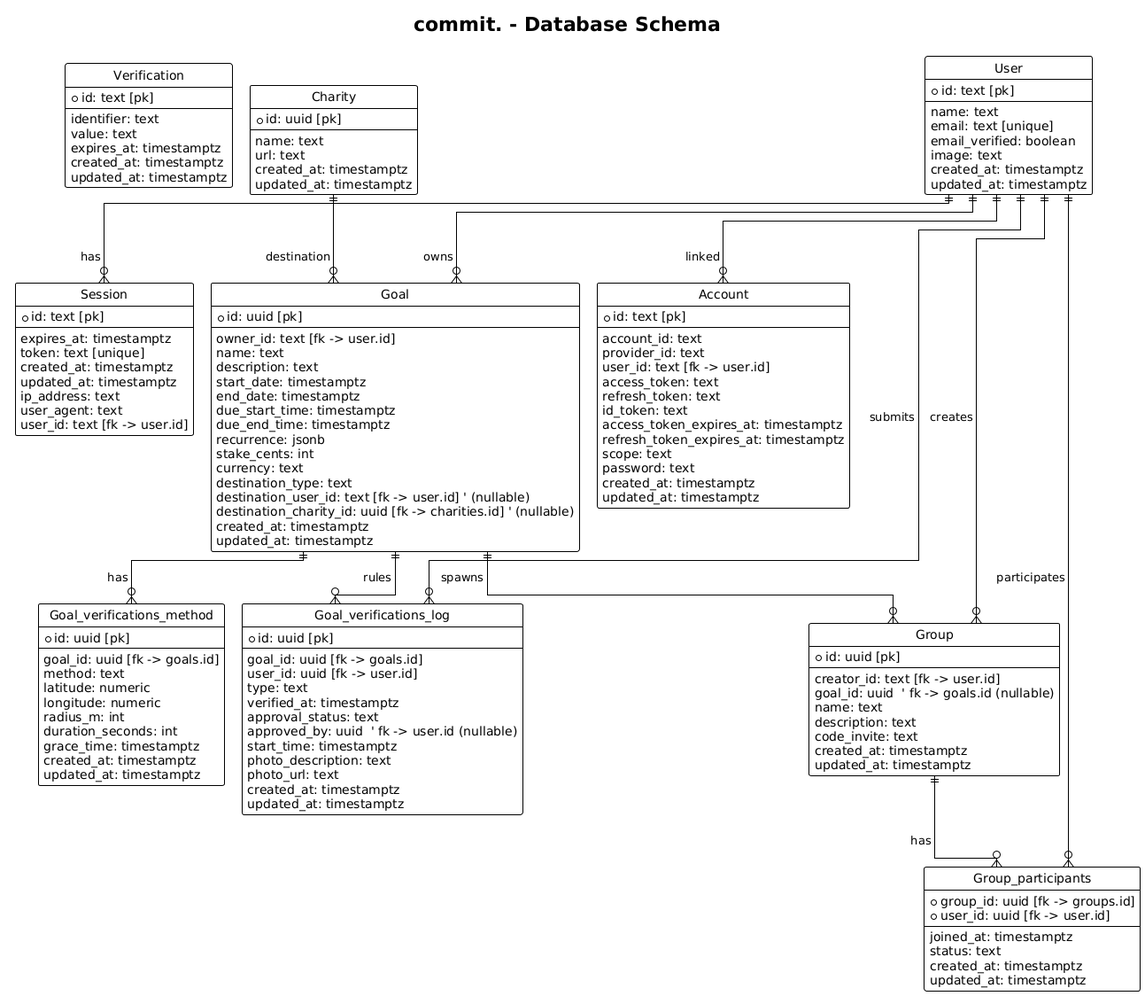
This is docs/db-schema.png from getcommitapp/commit, a PlantUML export, as it was before one commit.
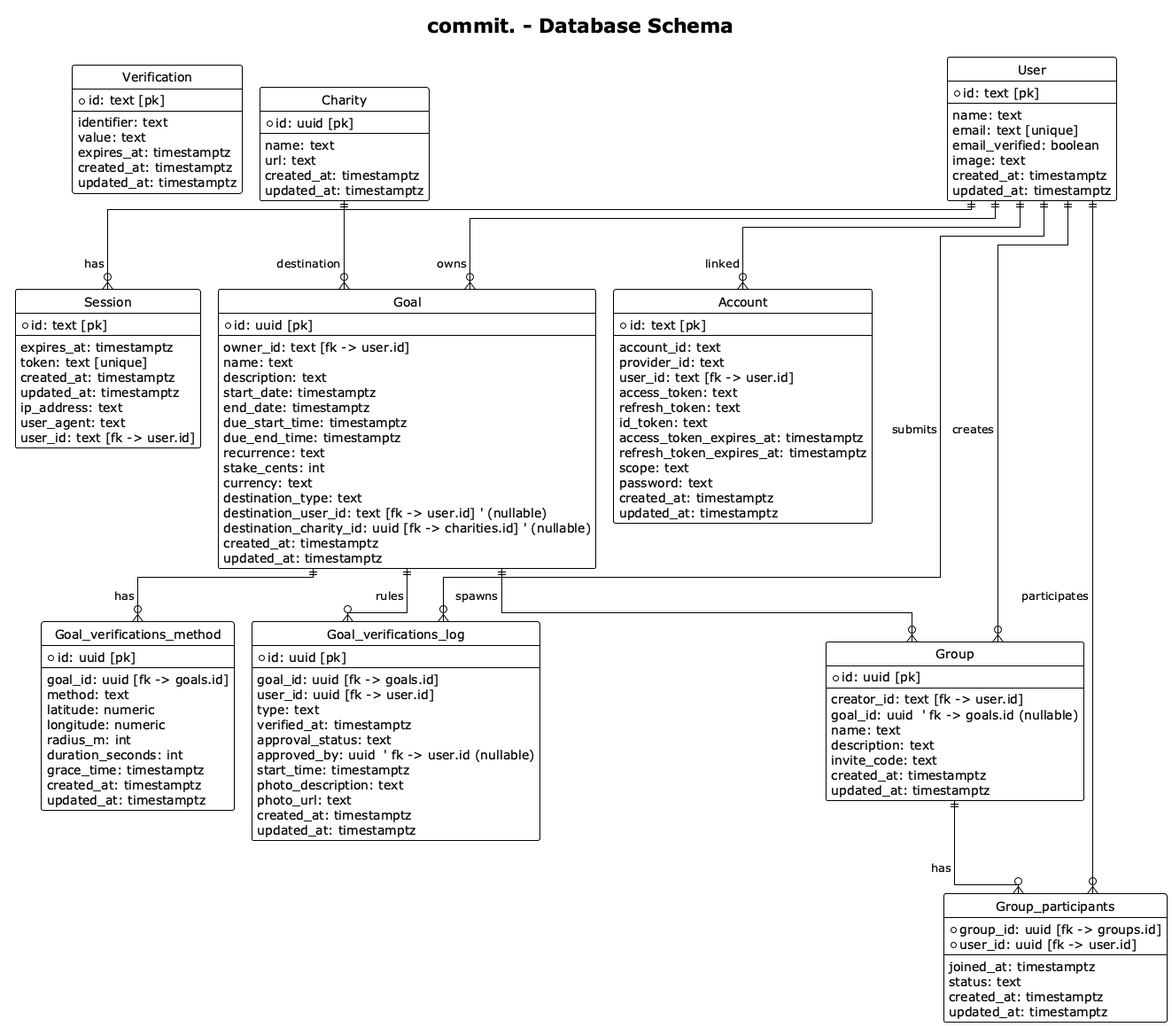
The same diagram one commit later.

Change to the diagram source:
```diff
@@ -83,7 +83,7 @@
   end_date: timestamptz
   due_start_time: timestamptz
   due_end_time: timestamptz
-  recurrence: jsonb
+  recurrence: text
   stake_cents: int
   currency: text
   destination_type: text
@@ -130,7 +130,7 @@
   goal_id: uuid  ' fk -> goals.id (nullable)
   name: text
   description: text
-  code_invite: text
+  invite_code: text
   created_at: timestamptz
   updated_at: timestamptz
 }
```
